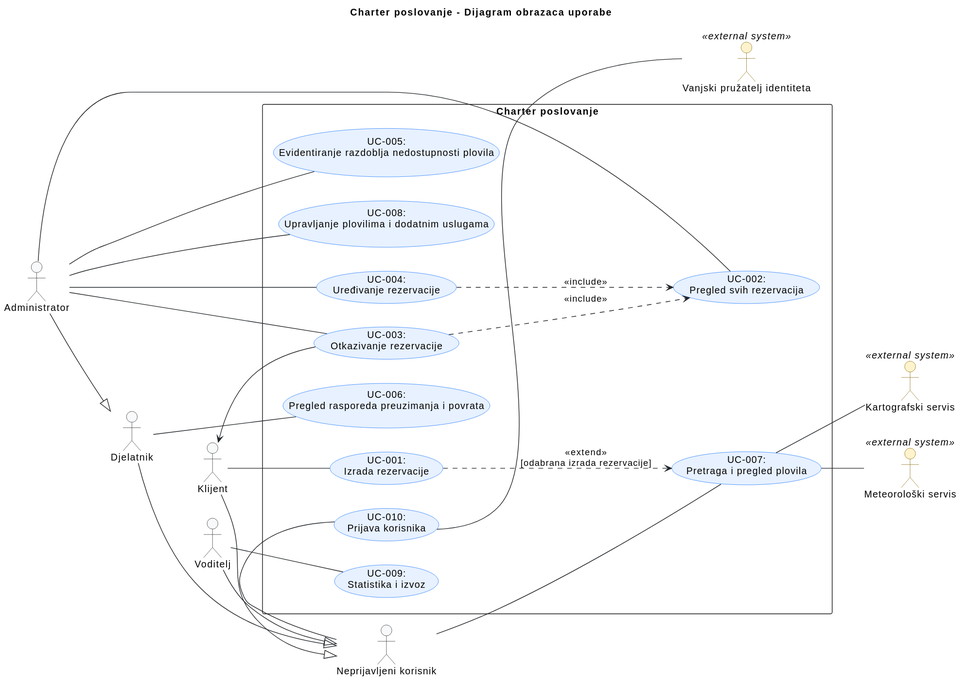
This is docs/assets/diagrams/3-1-UC-diagram.svg from auzelac1/PROGI_PROJEKT, a PlantUML export, as it was before one commit.
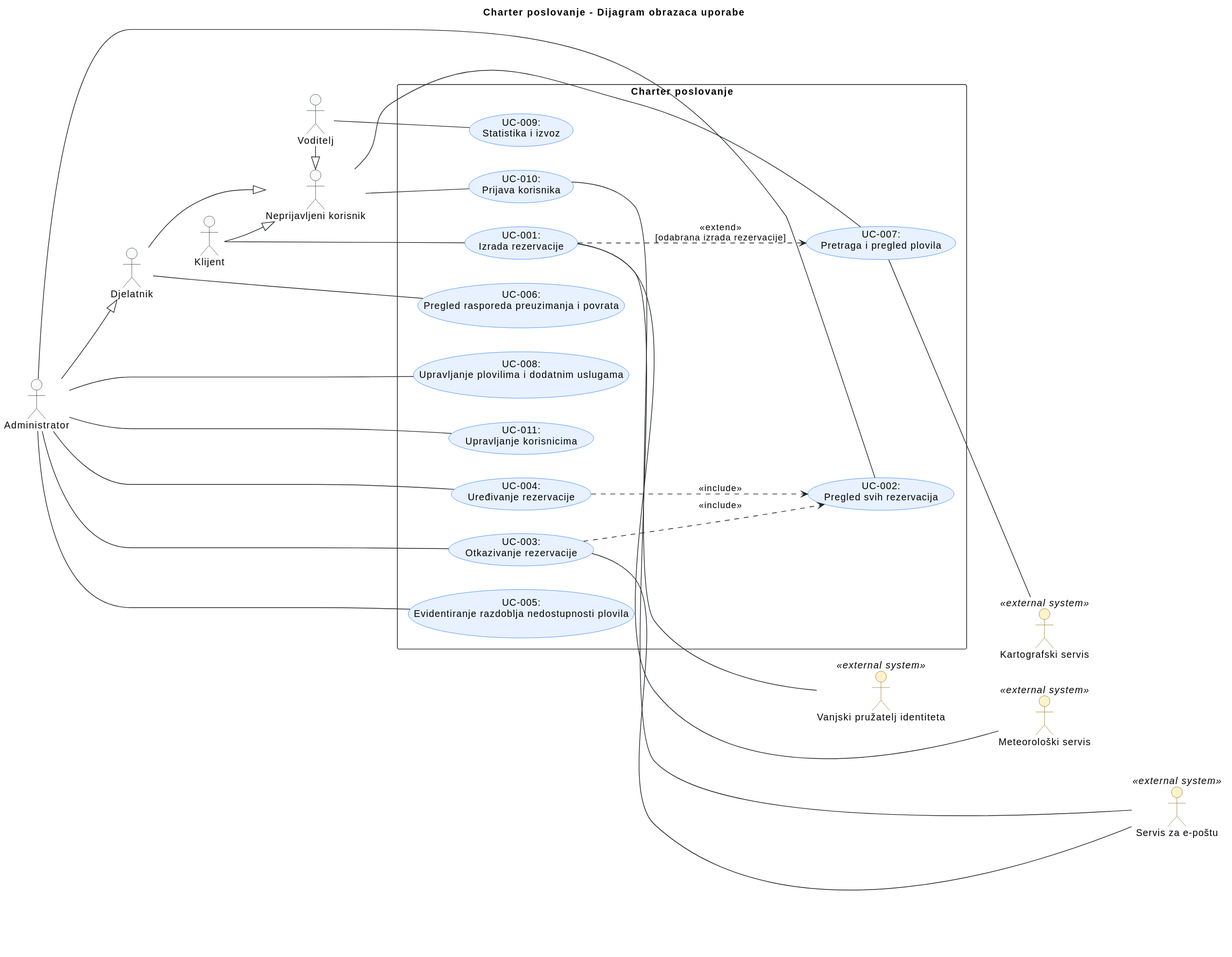
Above is the later version.

Change to the diagram source:
```diff
@@ -29,6 +29,7 @@
 actor "Vanjski pružatelj identiteta" as idp <<external system>>
 actor "Meteorološki servis" as meteo <<external system>>
 actor "Kartografski servis" as map <<external system>>
+actor "Servis za e-poštu" as mail <<external system>>
 
 Klijent -|> Neprijavljeni
 Admin -|> Djelatnik
@@ -60,6 +61,8 @@
 
         (UC-010:\nPrijava korisnika) as prijava
     }
+
+    (UC-011:\nUpravljanje korisnicima) as upravljanjeKorisnicima
 }
 
 Klijent -- izradaRezervacije
@@ -78,21 +81,25 @@
 
 Admin -- upravljanjePlovilima
 
+Admin -- upravljanjeKorisnicima
+
 Voditelj -- statistika
 
 Neprijavljeni -- prijava
 
-otkazivanjeRezervacije --> Klijent
+izradaRezervacije -- mail
+otkazivanjeRezervacije -- mail
 
 otkazivanjeRezervacije ..> pregledRezervacije : <<include>>
 uredjivanjeRezervacije ..> pregledRezervacije : <<include>>
 
 izradaRezervacije ..> pregledPlovila : <<extend>>\n[odabrana izrada rezervacije]
 
-pregledPlovila -- meteo
+izradaRezervacije -- meteo
 pregledPlovila -- map
 prijava -- idp
 
 meteo -[hidden]left-> map
+map -[hidden]down-> mail
 idp -[hidden]down-> meteo
 @enduml
```
